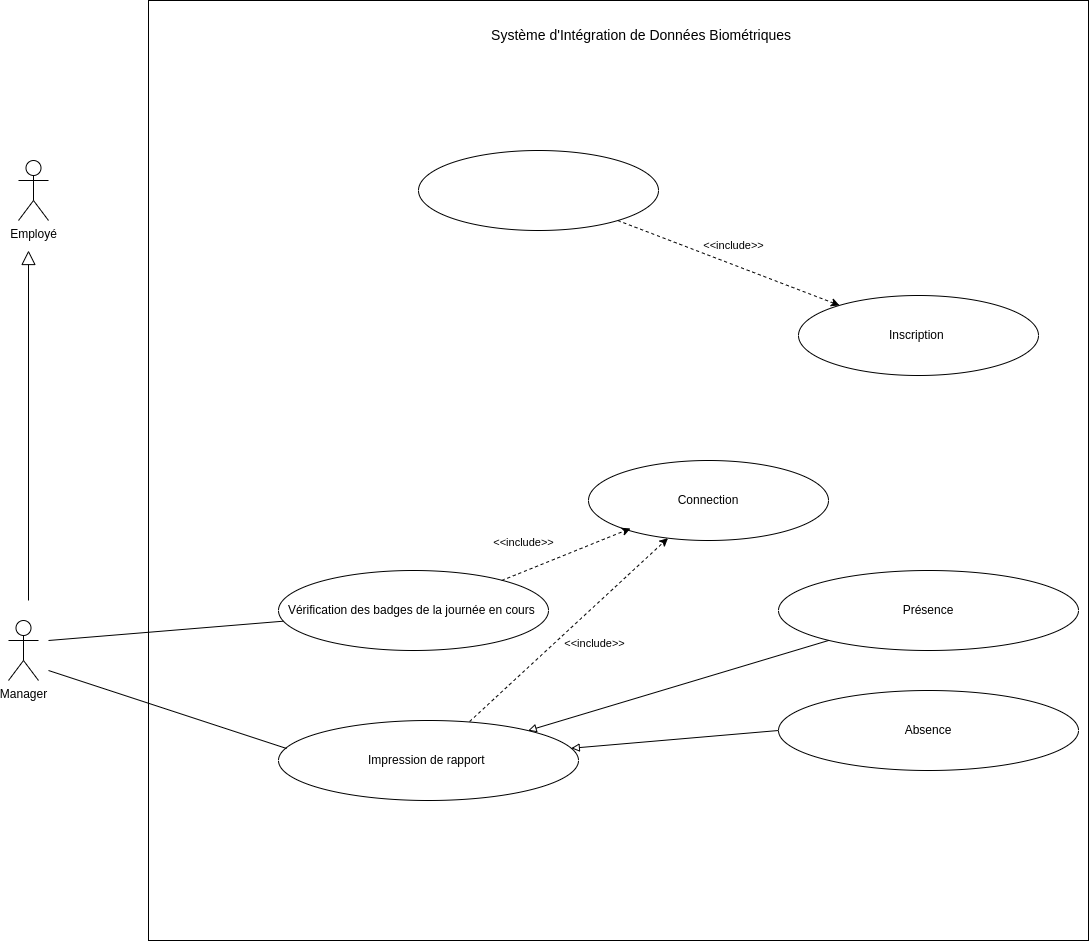
The draw.io diagram static/Diagramme de cas d'utilisation.drawio.png in Siluearsene/borne_biometrique, before a commit. Source tidied: cells renumbered, new cells last; positions are measured from the earlier drawing's top-left corner, leaving out a move shared by most shapes.
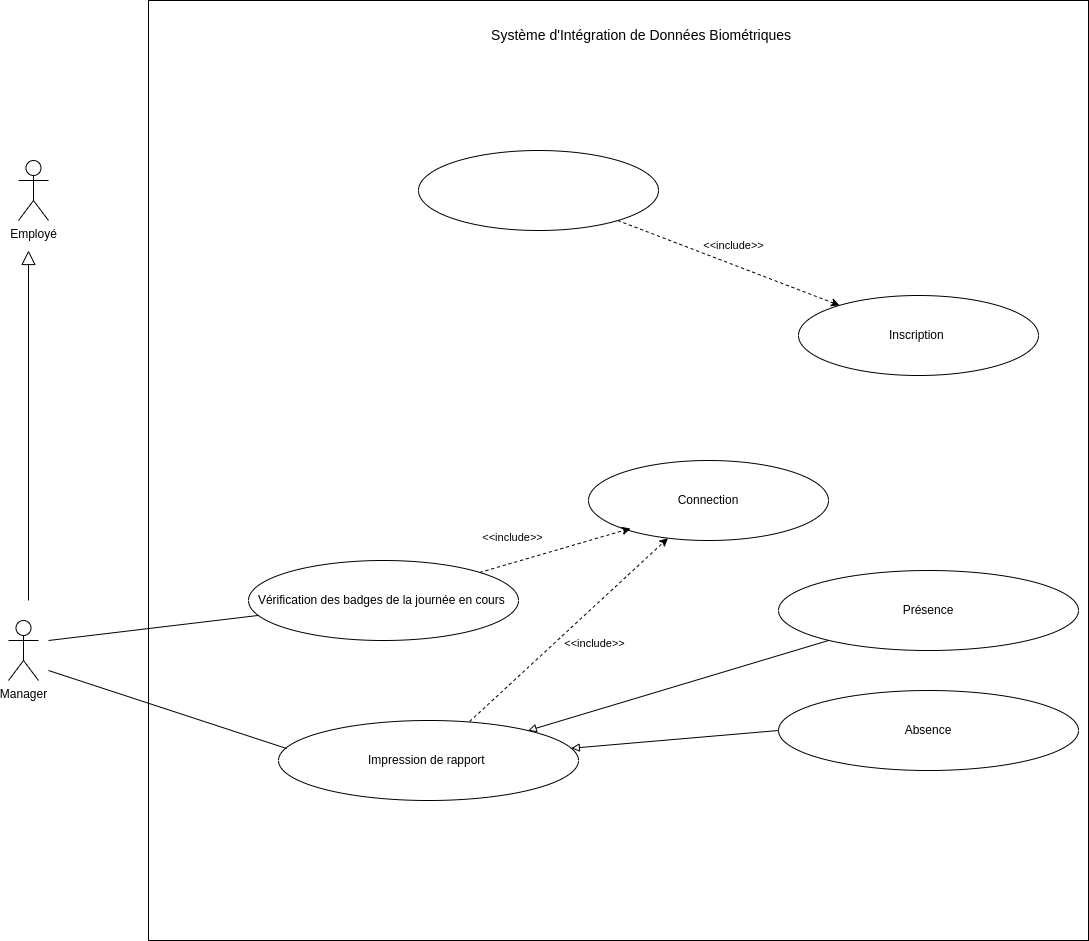
Later version of the same file.

Commit message:
Mettre à jour Diagramme de cas d'utilisation.drawio.png

Change to the diagram source:
```diff
@@ -27,7 +27,7 @@
       <mxGeometry x="580" y="460" width="240" height="80" as="geometry" />
     </mxCell>
     <mxCell id="9" value="Vérification des badges de la journée en cours&amp;nbsp;" style="ellipse;whiteSpace=wrap;html=1;" parent="1" vertex="1">
-      <mxGeometry x="270" y="570" width="270" height="80" as="geometry" />
+      <mxGeometry x="240" y="560" width="270" height="80" as="geometry" />
     </mxCell>
     <mxCell id="10" value="Présence" style="ellipse;whiteSpace=wrap;html=1;" parent="1" vertex="1">
       <mxGeometry x="770" y="570" width="300" height="80" as="geometry" />
@@ -65,10 +65,8 @@
     <mxCell id="19" value="Inscription&amp;nbsp;" style="ellipse;whiteSpace=wrap;html=1;" parent="1" vertex="1">
       <mxGeometry x="790" y="295" width="240" height="80" as="geometry" />
     </mxCell>
-    <mxCell id="20" style="endArrow=classic;html=1;rounded=0;dashed=1;entryX=0.175;entryY=0.85;entryDx=0;entryDy=0;entryPerimeter=0;" parent="1" edge="1" target="8">
-      <mxGeometry relative="1" as="geometry">
-        <mxPoint x="493.2" y="580" as="sourcePoint" />
-      </mxGeometry>
+    <mxCell id="20" style="endArrow=classic;html=1;rounded=0;dashed=1;entryX=0.175;entryY=0.85;entryDx=0;entryDy=0;entryPerimeter=0;" parent="1" edge="1" source="9" target="8">
+      <mxGeometry relative="1" as="geometry" />
     </mxCell>
     <mxCell id="21" value="&lt;font style=&quot;font-size: 11px;&quot;&gt;&amp;lt;&amp;lt;include&amp;gt;&lt;/font&gt;&amp;gt;" style="edgeLabel;html=1;align=center;verticalAlign=middle;" parent="20" vertex="1">
       <mxGeometry x="-0.08" y="2" relative="1" as="geometry">
```
